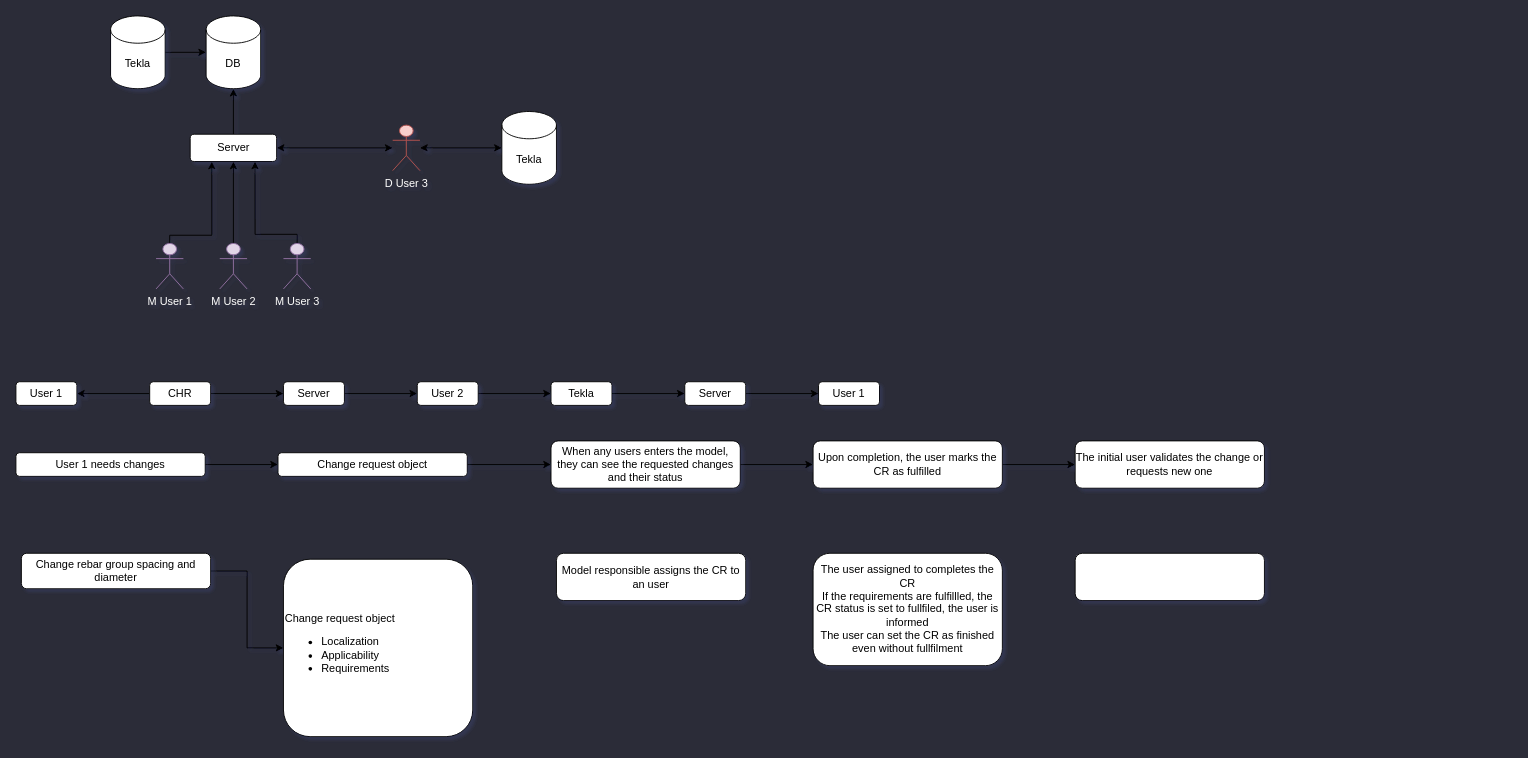
Before: Untitled Diagram.drawio in claudiu-deving/claudiu-deving, a draw.io diagram. Source tidied: cells renumbered, new cells numbered last; positions are measured from the earlier drawing's top-left corner, leaving out a move shared by most shapes. Both pictures are drawn from the tidied source at 91%, with x=0, y=0 at pixel (15, 15).
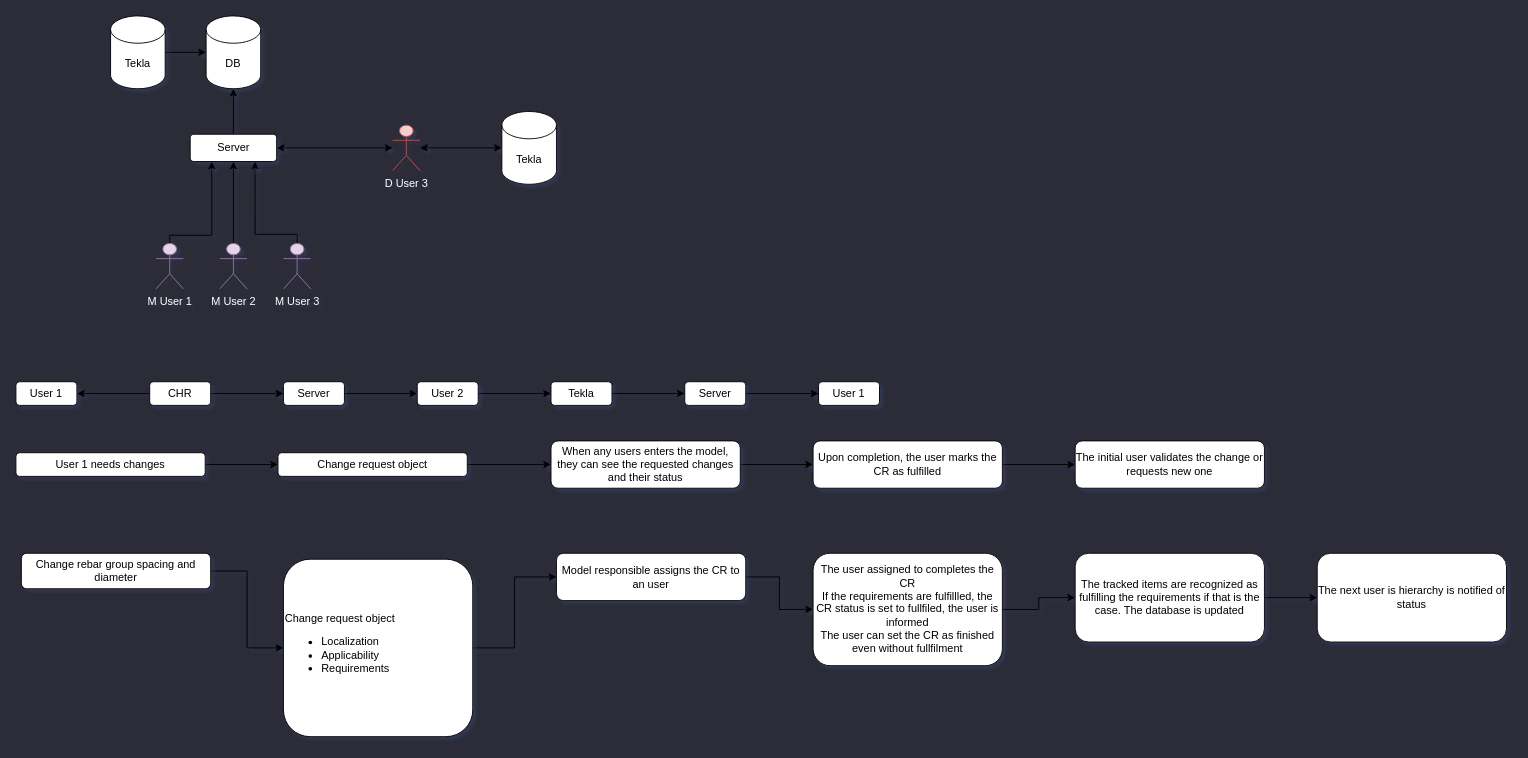
The same diagram, later.

Unchanged cells that the change refers to:
```xml
<mxCell id="41" value="&lt;div align=&quot;left&quot;&gt;Change request object&lt;/div&gt;&lt;div&gt;&lt;ul&gt;&lt;li&gt;Localization&lt;/li&gt;&lt;li&gt;Applicability&lt;/li&gt;&lt;li&gt;Requirements&lt;/li&gt;&lt;/ul&gt;&lt;/div&gt;" style="rounded=1;whiteSpace=wrap;html=1;align=left;" parent="1" vertex="1">
  <mxGeometry x="294" y="597" width="208" height="195" as="geometry" />
</mxCell>
<mxCell id="42" value="Model responsible assigns the CR to an user" style="rounded=1;whiteSpace=wrap;html=1;" parent="1" vertex="1">
  <mxGeometry x="594" y="590.5" width="208" height="52" as="geometry" />
</mxCell>
<mxCell id="43" value="&lt;div&gt;The user assigned to completes the CR&lt;/div&gt;&lt;div&gt;If the requirements are fulfillled, the CR status is set to fullfiled, the user is informed&lt;/div&gt;&lt;div&gt;The user can set the CR as finished even without fullfilment&lt;br&gt;&lt;/div&gt;" style="rounded=1;whiteSpace=wrap;html=1;" parent="1" vertex="1">
  <mxGeometry x="876" y="590.5" width="208" height="123.5" as="geometry" />
</mxCell>
```

What changed in the source:
```diff
@@
+    <mxCell id="45" style="edgeStyle=orthogonalEdgeStyle;rounded=0;jettySize=auto;html=1;entryX=0;entryY=0.5;entryDx=0;entryDy=0;" parent="1" edge="1" source="41" target="42">
+      <mxGeometry relative="1" as="geometry" />
+    </mxCell>
@@
+    <mxCell id="46" style="edgeStyle=orthogonalEdgeStyle;rounded=0;jettySize=auto;html=1;entryX=0;entryY=0.5;entryDx=0;entryDy=0;" parent="1" edge="1" source="42" target="43">
+      <mxGeometry relative="1" as="geometry" />
+    </mxCell>
@@
+    <mxCell id="47" style="edgeStyle=orthogonalEdgeStyle;rounded=0;jettySize=auto;html=1;" parent="1" edge="1" source="43" target="44">
+      <mxGeometry relative="1" as="geometry" />
+    </mxCell>
@@
+    <mxCell id="48" style="edgeStyle=orthogonalEdgeStyle;rounded=0;jettySize=auto;html=1;" parent="1" edge="1" source="44" target="49">
+      <mxGeometry relative="1" as="geometry" />
+    </mxCell>
-    <mxCell id="44" style="rounded=1;whiteSpace=wrap;html=1;" parent="1" vertex="1">
-      <mxGeometry x="1164" y="590.5" width="208" height="52" as="geometry" />
+    <mxCell id="44" value="The tracked items are recognized as fulfilling the requirements if that is the case. The database is updated" style="rounded=1;whiteSpace=wrap;html=1;" parent="1" vertex="1">
+      <mxGeometry x="1164" y="590.5" width="208" height="97.5" as="geometry" />
     </mxCell>
+    <mxCell id="49" value="The next user is hierarchy is notified of status" style="rounded=1;whiteSpace=wrap;html=1;" parent="1" vertex="1">
+      <mxGeometry x="1430" y="590.5" width="208" height="97.5" as="geometry" />
+    </mxCell>
```
